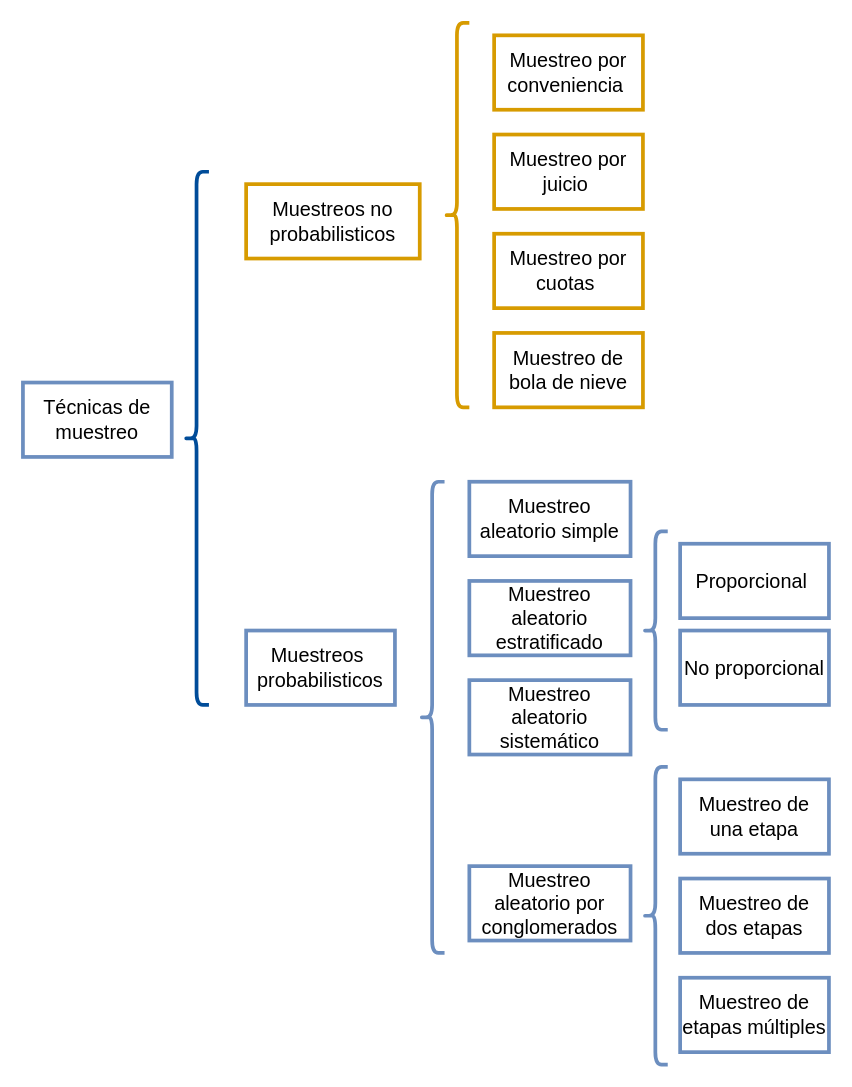
The draw.io diagram img/muestreos.drawio in dgonxalex80/metodosySIM1, before the edit. Source tidied: cells renumbered, new cells numbered last; positions are measured from the earlier drawing's top-left corner, leaving out a move shared by most shapes. Both pictures are drawn from the tidied source at 124%, with x=0, y=0 at pixel (22, 22).
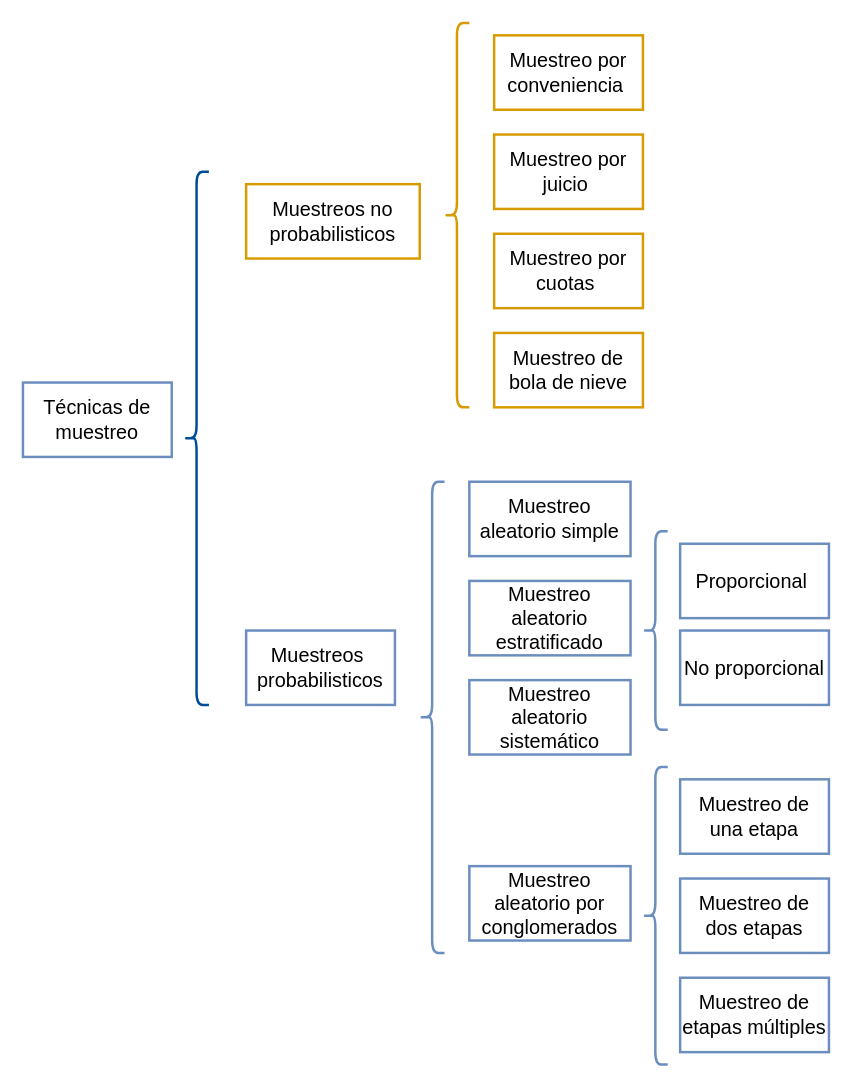
Above is the later version.

Diff of the diagram source:
```diff
@@
-    <mxCell id="2" value="&lt;span&gt;&lt;font style=&quot;font-size: 16px&quot;&gt;Técnicas de muestreo&lt;/font&gt;&lt;/span&gt;" style="rounded=0;whiteSpace=wrap;html=1;fillColor=none;strokeColor=#6c8ebf;fontStyle=0;strokeWidth=3;" parent="1" vertex="1">
+    <mxCell id="2" value="&lt;span style=&quot;font-size: 16px;&quot;&gt;&lt;font style=&quot;font-size: 16px;&quot;&gt;Técnicas de muestreo&lt;/font&gt;&lt;/span&gt;" style="rounded=0;whiteSpace=wrap;html=1;fillColor=none;strokeColor=#6c8ebf;fontStyle=0;strokeWidth=2;fontSize=16;" parent="1" vertex="1">
       <mxGeometry y="290" width="120" height="60" as="geometry" />
     </mxCell>
-    <mxCell id="3" value="&lt;span&gt;&lt;font style=&quot;font-size: 16px&quot;&gt;Muestreos no probabilisticos&lt;/font&gt;&lt;/span&gt;" style="rounded=0;whiteSpace=wrap;html=1;fillColor=none;strokeColor=#d79b00;fontStyle=0;strokeWidth=3;" parent="1" vertex="1">
+    <mxCell id="3" value="&lt;span style=&quot;font-size: 16px;&quot;&gt;&lt;font style=&quot;font-size: 16px;&quot;&gt;Muestreos no probabilisticos&lt;/font&gt;&lt;/span&gt;" style="rounded=0;whiteSpace=wrap;html=1;fillColor=none;strokeColor=#d79b00;fontStyle=0;strokeWidth=2;fontSize=16;" parent="1" vertex="1">
       <mxGeometry x="180" y="130" width="140" height="60" as="geometry" />
     </mxCell>
-    <mxCell id="4" value="&lt;span&gt;&lt;font style=&quot;font-size: 16px&quot;&gt;Muestreos&amp;nbsp; probabilisticos&lt;/font&gt;&lt;/span&gt;" style="rounded=0;whiteSpace=wrap;html=1;fillColor=none;strokeColor=#6c8ebf;fontStyle=0;strokeWidth=3;" parent="1" vertex="1">
+    <mxCell id="4" value="&lt;span style=&quot;font-size: 16px;&quot;&gt;&lt;font style=&quot;font-size: 16px;&quot;&gt;Muestreos&amp;nbsp; probabilisticos&lt;/font&gt;&lt;/span&gt;" style="rounded=0;whiteSpace=wrap;html=1;fillColor=none;strokeColor=#6c8ebf;fontStyle=0;strokeWidth=2;fontSize=16;" parent="1" vertex="1">
       <mxGeometry x="180" y="490" width="120" height="60" as="geometry" />
     </mxCell>
-    <mxCell id="5" value="&lt;span&gt;&lt;font style=&quot;font-size: 16px&quot;&gt;Muestreo aleatorio simple&lt;/font&gt;&lt;/span&gt;" style="rounded=0;whiteSpace=wrap;html=1;fillColor=none;strokeColor=#6c8ebf;fontStyle=0;strokeWidth=3;" parent="1" vertex="1">
+    <mxCell id="5" value="&lt;span style=&quot;font-size: 16px;&quot;&gt;&lt;font style=&quot;font-size: 16px;&quot;&gt;Muestreo aleatorio simple&lt;/font&gt;&lt;/span&gt;" style="rounded=0;whiteSpace=wrap;html=1;fillColor=none;strokeColor=#6c8ebf;fontStyle=0;strokeWidth=2;fontSize=16;" parent="1" vertex="1">
       <mxGeometry x="360" y="370" width="130" height="60" as="geometry" />
     </mxCell>
-    <mxCell id="6" value="&lt;span&gt;&lt;font style=&quot;font-size: 16px&quot;&gt;Muestreo aleatorio estratificado&lt;/font&gt;&lt;/span&gt;" style="rounded=0;whiteSpace=wrap;html=1;fillColor=none;strokeColor=#6c8ebf;fontStyle=0;strokeWidth=3;" parent="1" vertex="1">
+    <mxCell id="6" value="&lt;span style=&quot;font-size: 16px;&quot;&gt;&lt;font style=&quot;font-size: 16px;&quot;&gt;Muestreo aleatorio estratificado&lt;/font&gt;&lt;/span&gt;" style="rounded=0;whiteSpace=wrap;html=1;fillColor=none;strokeColor=#6c8ebf;fontStyle=0;strokeWidth=2;fontSize=16;" parent="1" vertex="1">
       <mxGeometry x="360" y="450" width="130" height="60" as="geometry" />
     </mxCell>
-    <mxCell id="7" value="&lt;span&gt;&lt;font style=&quot;font-size: 16px&quot;&gt;Muestreo aleatorio sistemático&lt;/font&gt;&lt;/span&gt;" style="rounded=0;whiteSpace=wrap;html=1;fillColor=none;strokeColor=#6c8ebf;fontStyle=0;strokeWidth=3;" parent="1" vertex="1">
+    <mxCell id="7" value="&lt;span style=&quot;font-size: 16px;&quot;&gt;&lt;font style=&quot;font-size: 16px;&quot;&gt;Muestreo aleatorio sistemático&lt;/font&gt;&lt;/span&gt;" style="rounded=0;whiteSpace=wrap;html=1;fillColor=none;strokeColor=#6c8ebf;fontStyle=0;strokeWidth=2;fontSize=16;" parent="1" vertex="1">
       <mxGeometry x="360" y="530" width="130" height="60" as="geometry" />
     </mxCell>
-    <mxCell id="8" value="&lt;span&gt;&lt;font style=&quot;font-size: 16px&quot;&gt;Muestreo aleatorio por conglomerados&lt;/font&gt;&lt;/span&gt;" style="rounded=0;whiteSpace=wrap;html=1;fillColor=none;strokeColor=#6c8ebf;fontStyle=0;strokeWidth=3;" parent="1" vertex="1">
+    <mxCell id="8" value="&lt;span style=&quot;font-size: 16px;&quot;&gt;&lt;font style=&quot;font-size: 16px;&quot;&gt;Muestreo aleatorio por conglomerados&lt;/font&gt;&lt;/span&gt;" style="rounded=0;whiteSpace=wrap;html=1;fillColor=none;strokeColor=#6c8ebf;fontStyle=0;strokeWidth=2;fontSize=16;" parent="1" vertex="1">
       <mxGeometry x="360" y="680" width="130" height="60" as="geometry" />
     </mxCell>
-    <mxCell id="9" value="&lt;span&gt;&lt;font style=&quot;font-size: 16px&quot;&gt;Muestreo de una etapa&lt;/font&gt;&lt;/span&gt;" style="rounded=0;whiteSpace=wrap;html=1;fillColor=none;strokeColor=#6c8ebf;fontStyle=0;strokeWidth=3;" parent="1" vertex="1">
+    <mxCell id="9" value="&lt;span style=&quot;font-size: 16px;&quot;&gt;&lt;font style=&quot;font-size: 16px;&quot;&gt;Muestreo de una etapa&lt;/font&gt;&lt;/span&gt;" style="rounded=0;whiteSpace=wrap;html=1;fillColor=none;strokeColor=#6c8ebf;fontStyle=0;strokeWidth=2;fontSize=16;" parent="1" vertex="1">
       <mxGeometry x="530" y="610" width="120" height="60" as="geometry" />
     </mxCell>
-    <mxCell id="10" value="&lt;span&gt;&lt;font style=&quot;font-size: 16px&quot;&gt;Muestreo de dos etapas&lt;/font&gt;&lt;/span&gt;" style="rounded=0;whiteSpace=wrap;html=1;fillColor=none;strokeColor=#6c8ebf;fontStyle=0;strokeWidth=3;" parent="1" vertex="1">
+    <mxCell id="10" value="&lt;span style=&quot;font-size: 16px;&quot;&gt;&lt;font style=&quot;font-size: 16px;&quot;&gt;Muestreo de dos etapas&lt;/font&gt;&lt;/span&gt;" style="rounded=0;whiteSpace=wrap;html=1;fillColor=none;strokeColor=#6c8ebf;fontStyle=0;strokeWidth=2;fontSize=16;" parent="1" vertex="1">
       <mxGeometry x="530" y="690" width="120" height="60" as="geometry" />
     </mxCell>
-    <mxCell id="11" value="&lt;span&gt;&lt;font style=&quot;font-size: 16px&quot;&gt;Muestreo de etapas múltiples&lt;/font&gt;&lt;/span&gt;" style="rounded=0;whiteSpace=wrap;html=1;fillColor=none;strokeColor=#6c8ebf;fontStyle=0;strokeWidth=3;" parent="1" vertex="1">
+    <mxCell id="11" value="&lt;span style=&quot;font-size: 16px;&quot;&gt;&lt;font style=&quot;font-size: 16px;&quot;&gt;Muestreo de etapas múltiples&lt;/font&gt;&lt;/span&gt;" style="rounded=0;whiteSpace=wrap;html=1;fillColor=none;strokeColor=#6c8ebf;fontStyle=0;strokeWidth=2;fontSize=16;" parent="1" vertex="1">
       <mxGeometry x="530" y="770" width="120" height="60" as="geometry" />
     </mxCell>
-    <mxCell id="12" value="&lt;span&gt;&lt;font style=&quot;font-size: 16px&quot;&gt;Proporcional&amp;nbsp;&lt;/font&gt;&lt;/span&gt;" style="rounded=0;whiteSpace=wrap;html=1;fillColor=none;strokeColor=#6c8ebf;fontStyle=0;strokeWidth=3;" parent="1" vertex="1">
+    <mxCell id="12" value="&lt;span style=&quot;font-size: 16px;&quot;&gt;&lt;font style=&quot;font-size: 16px;&quot;&gt;Proporcional&amp;nbsp;&lt;/font&gt;&lt;/span&gt;" style="rounded=0;whiteSpace=wrap;html=1;fillColor=none;strokeColor=#6c8ebf;fontStyle=0;strokeWidth=2;fontSize=16;" parent="1" vertex="1">
       <mxGeometry x="530" y="420" width="120" height="60" as="geometry" />
     </mxCell>
-    <mxCell id="13" value="&lt;span&gt;&lt;font style=&quot;font-size: 16px&quot;&gt;No proporcional&lt;/font&gt;&lt;/span&gt;" style="rounded=0;whiteSpace=wrap;html=1;fillColor=none;strokeColor=#6c8ebf;fontStyle=0;strokeWidth=3;" parent="1" vertex="1">
+    <mxCell id="13" value="&lt;span style=&quot;font-size: 16px;&quot;&gt;&lt;font style=&quot;font-size: 16px;&quot;&gt;No proporcional&lt;/font&gt;&lt;/span&gt;" style="rounded=0;whiteSpace=wrap;html=1;fillColor=none;strokeColor=#6c8ebf;fontStyle=0;strokeWidth=2;fontSize=16;" parent="1" vertex="1">
       <mxGeometry x="530" y="490" width="120" height="60" as="geometry" />
     </mxCell>
-    <mxCell id="14" value="&lt;span&gt;&lt;font style=&quot;font-size: 16px&quot;&gt;Muestreo por conveniencia&amp;nbsp;&lt;/font&gt;&lt;/span&gt;" style="rounded=0;whiteSpace=wrap;html=1;fillColor=none;strokeColor=#d79b00;fontStyle=0;strokeWidth=3;" parent="1" vertex="1">
+    <mxCell id="14" value="&lt;span style=&quot;font-size: 16px;&quot;&gt;&lt;font style=&quot;font-size: 16px;&quot;&gt;Muestreo por conveniencia&amp;nbsp;&lt;/font&gt;&lt;/span&gt;" style="rounded=0;whiteSpace=wrap;html=1;fillColor=none;strokeColor=#d79b00;fontStyle=0;strokeWidth=2;fontSize=16;" parent="1" vertex="1">
       <mxGeometry x="380" y="10" width="120" height="60" as="geometry" />
     </mxCell>
-    <mxCell id="15" value="&lt;span&gt;&lt;font style=&quot;font-size: 16px&quot;&gt;Muestreo por juicio&amp;nbsp;&lt;/font&gt;&lt;/span&gt;" style="rounded=0;whiteSpace=wrap;html=1;fillColor=none;strokeColor=#d79b00;fontStyle=0;strokeWidth=3;" parent="1" vertex="1">
+    <mxCell id="15" value="&lt;span style=&quot;font-size: 16px;&quot;&gt;&lt;font style=&quot;font-size: 16px;&quot;&gt;Muestreo por juicio&amp;nbsp;&lt;/font&gt;&lt;/span&gt;" style="rounded=0;whiteSpace=wrap;html=1;fillColor=none;strokeColor=#d79b00;fontStyle=0;strokeWidth=2;fontSize=16;" parent="1" vertex="1">
       <mxGeometry x="380" y="90" width="120" height="60" as="geometry" />
     </mxCell>
-    <mxCell id="16" value="&lt;span&gt;&lt;font style=&quot;font-size: 16px&quot;&gt;Muestreo por cuotas&amp;nbsp;&lt;/font&gt;&lt;/span&gt;" style="rounded=0;whiteSpace=wrap;html=1;fillColor=none;strokeColor=#d79b00;fontStyle=0;strokeWidth=3;" parent="1" vertex="1">
+    <mxCell id="16" value="&lt;span style=&quot;font-size: 16px;&quot;&gt;&lt;font style=&quot;font-size: 16px;&quot;&gt;Muestreo por cuotas&amp;nbsp;&lt;/font&gt;&lt;/span&gt;" style="rounded=0;whiteSpace=wrap;html=1;fillColor=none;strokeColor=#d79b00;fontStyle=0;strokeWidth=2;fontSize=16;" parent="1" vertex="1">
       <mxGeometry x="380" y="170" width="120" height="60" as="geometry" />
     </mxCell>
-    <mxCell id="17" value="&lt;span&gt;&lt;font style=&quot;font-size: 16px&quot;&gt;Muestreo de bola de nieve&lt;/font&gt;&lt;/span&gt;" style="rounded=0;whiteSpace=wrap;html=1;fillColor=none;strokeColor=#d79b00;fontStyle=0;strokeWidth=3;" parent="1" vertex="1">
+    <mxCell id="17" value="&lt;span style=&quot;font-size: 16px;&quot;&gt;&lt;font style=&quot;font-size: 16px;&quot;&gt;Muestreo de bola de nieve&lt;/font&gt;&lt;/span&gt;" style="rounded=0;whiteSpace=wrap;html=1;fillColor=none;strokeColor=#d79b00;fontStyle=0;strokeWidth=2;fontSize=16;" parent="1" vertex="1">
       <mxGeometry x="380" y="250" width="120" height="60" as="geometry" />
     </mxCell>
-    <mxCell id="18" style="shape=curlyBracket;whiteSpace=wrap;html=1;rounded=1;fillColor=#ffe6cc;strokeColor=#d79b00;strokeWidth=3;fontStyle=0;" parent="1" vertex="1">
+    <mxCell id="18" style="shape=curlyBracket;whiteSpace=wrap;html=1;rounded=1;fillColor=#ffe6cc;strokeColor=#d79b00;strokeWidth=2;fontStyle=0;fontSize=16;" parent="1" vertex="1">
       <mxGeometry x="340" width="20" height="310" as="geometry" />
     </mxCell>
-    <mxCell id="19" style="shape=curlyBracket;whiteSpace=wrap;html=1;rounded=1;fillColor=#dae8fc;strokeColor=#6c8ebf;strokeWidth=3;fontStyle=0;" parent="1" vertex="1">
+    <mxCell id="19" style="shape=curlyBracket;whiteSpace=wrap;html=1;rounded=1;fillColor=#dae8fc;strokeColor=#6c8ebf;strokeWidth=2;fontStyle=0;fontSize=16;" parent="1" vertex="1">
       <mxGeometry x="320" y="370" width="20" height="380" as="geometry" />
     </mxCell>
-    <mxCell id="20" style="shape=curlyBracket;whiteSpace=wrap;html=1;rounded=1;fillColor=#dae8fc;strokeColor=#004C99;strokeWidth=3;fontStyle=0;" parent="1" vertex="1">
+    <mxCell id="20" style="shape=curlyBracket;whiteSpace=wrap;html=1;rounded=1;fillColor=#dae8fc;strokeColor=#004C99;strokeWidth=2;fontStyle=0;fontSize=16;" parent="1" vertex="1">
       <mxGeometry x="130" y="120" width="20" height="430" as="geometry" />
     </mxCell>
-    <mxCell id="21" style="shape=curlyBracket;whiteSpace=wrap;html=1;rounded=1;fillColor=none;strokeColor=#6c8ebf;strokeWidth=3;fontStyle=0;" parent="1" vertex="1">
+    <mxCell id="21" style="shape=curlyBracket;whiteSpace=wrap;html=1;rounded=1;fillColor=none;strokeColor=#6c8ebf;strokeWidth=2;fontStyle=0;fontSize=16;" parent="1" vertex="1">
       <mxGeometry x="500" y="600" width="20" height="240" as="geometry" />
     </mxCell>
-    <mxCell id="22" style="shape=curlyBracket;whiteSpace=wrap;html=1;rounded=1;fillColor=none;strokeColor=#6c8ebf;strokeWidth=3;fontStyle=0;" parent="1" vertex="1">
+    <mxCell id="22" style="shape=curlyBracket;whiteSpace=wrap;html=1;rounded=1;fillColor=none;strokeColor=#6c8ebf;strokeWidth=2;fontStyle=0;fontSize=16;" parent="1" vertex="1">
       <mxGeometry x="500" y="410" width="20" height="160" as="geometry" />
     </mxCell>
```
